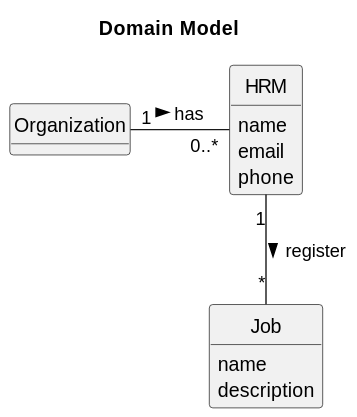
This is docs/sprintA&B/us002/02.analysis/svg/us002-domain-model.svg from daniel41silva05/ISEP_2023_2024_LAPR2, a PlantUML export, as it was before one commit.
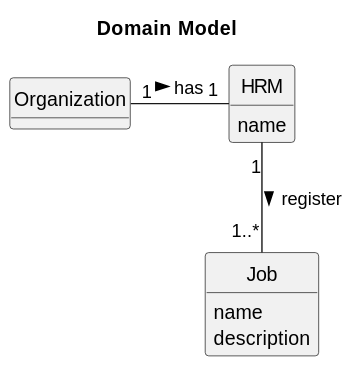
After the change.

The edit, as a diff of the source:
```diff
@@ -24,11 +24,10 @@
 
 class HRM {
     name
-    email
-    phone
+
 }
 
 
-Organization "1" - "0..*" HRM: has >
-HRM "1" -- "*" Job : register   >
+Organization "1" - "1" HRM: has >
+HRM "1" -- "1..*" Job : register   >
 @enduml
```
